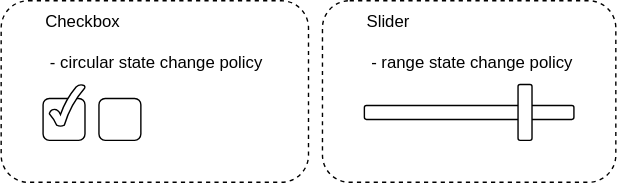
This is doc/ui/state_control.svg from vitalii-samoilenko/voicemeeter-deskband, a draw.io export, as it was before one commit. Source tidied: cells renumbered, new cells last; positions are measured from the earlier drawing's top-left corner, leaving out a move shared by most shapes. The source it was exported from:
```xml
<mxGraphModel>
  <root>
    <mxCell id="0" />
    <mxCell id="1" parent="0" />
    <mxCell id="2" style="rounded=1;whiteSpace=wrap;html=1;fillColor=none;dashed=1;" parent="1" vertex="1">
      <mxGeometry x="230" width="210" height="130" as="geometry" />
    </mxCell>
    <mxCell id="3" style="rounded=1;whiteSpace=wrap;html=1;fillColor=none;dashed=1;" parent="1" vertex="1">
      <mxGeometry width="220" height="130" as="geometry" />
    </mxCell>
    <mxCell id="4" style="rounded=1;whiteSpace=wrap;html=1;" parent="1" vertex="1">
      <mxGeometry x="70" y="70" width="30" height="30" as="geometry" />
    </mxCell>
    <mxCell id="5" value="Checkbox" style="text;html=1;align=left;verticalAlign=middle;whiteSpace=wrap;rounded=0;" parent="1" vertex="1">
      <mxGeometry x="30" width="160" height="30" as="geometry" />
    </mxCell>
    <mxCell id="6" value="&amp;nbsp;- circular state change policy" style="text;html=1;align=left;verticalAlign=middle;whiteSpace=wrap;rounded=0;" parent="1" vertex="1">
      <mxGeometry x="30" y="30" width="160" height="30" as="geometry" />
    </mxCell>
    <mxCell id="7" style="rounded=1;whiteSpace=wrap;html=1;" parent="1" vertex="1">
      <mxGeometry x="30" y="70" width="30" height="30" as="geometry" />
    </mxCell>
    <mxCell id="8" style="verticalLabelPosition=bottom;verticalAlign=top;html=1;shape=mxgraph.basic.tick;" parent="1" vertex="1">
      <mxGeometry x="34.5" y="60" width="25.5" height="30" as="geometry" />
    </mxCell>
    <mxCell id="9" value="Slider" style="text;html=1;align=left;verticalAlign=middle;whiteSpace=wrap;rounded=0;" parent="1" vertex="1">
      <mxGeometry x="260" width="150" height="30" as="geometry" />
    </mxCell>
    <mxCell id="10" value="&amp;nbsp;- range state change policy" style="text;html=1;align=left;verticalAlign=middle;whiteSpace=wrap;rounded=0;" parent="1" vertex="1">
      <mxGeometry x="260" y="30" width="150" height="30" as="geometry" />
    </mxCell>
    <mxCell id="11" style="rounded=1;whiteSpace=wrap;html=1;" parent="1" vertex="1">
      <mxGeometry x="260" y="75" width="150" height="10" as="geometry" />
    </mxCell>
    <mxCell id="12" style="rounded=1;whiteSpace=wrap;html=1;" parent="1" vertex="1">
      <mxGeometry x="370" y="60" width="10" height="40" as="geometry" />
    </mxCell>
  </root>
</mxGraphModel>
```
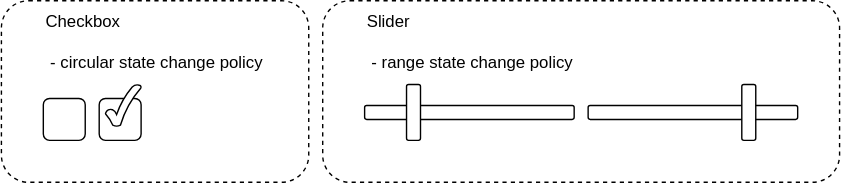
The same diagram one commit later.

Change to the diagram source:
```diff
@@ -3,7 +3,7 @@
     <mxCell id="0" />
     <mxCell id="1" parent="0" />
     <mxCell id="2" style="rounded=1;whiteSpace=wrap;html=1;fillColor=none;dashed=1;" parent="1" vertex="1">
-      <mxGeometry x="230" width="210" height="130" as="geometry" />
+      <mxGeometry x="230" width="370" height="130" as="geometry" />
     </mxCell>
     <mxCell id="3" style="rounded=1;whiteSpace=wrap;html=1;fillColor=none;dashed=1;" parent="1" vertex="1">
       <mxGeometry width="220" height="130" as="geometry" />
@@ -21,10 +21,10 @@
       <mxGeometry x="30" y="70" width="30" height="30" as="geometry" />
     </mxCell>
     <mxCell id="8" style="verticalLabelPosition=bottom;verticalAlign=top;html=1;shape=mxgraph.basic.tick;" parent="1" vertex="1">
-      <mxGeometry x="34.5" y="60" width="25.5" height="30" as="geometry" />
+      <mxGeometry x="74.5" y="60" width="25.5" height="30" as="geometry" />
     </mxCell>
     <mxCell id="9" value="Slider" style="text;html=1;align=left;verticalAlign=middle;whiteSpace=wrap;rounded=0;" parent="1" vertex="1">
-      <mxGeometry x="260" width="150" height="30" as="geometry" />
+      <mxGeometry x="260" width="310" height="30" as="geometry" />
     </mxCell>
     <mxCell id="10" value="&amp;nbsp;- range state change policy" style="text;html=1;align=left;verticalAlign=middle;whiteSpace=wrap;rounded=0;" parent="1" vertex="1">
       <mxGeometry x="260" y="30" width="150" height="30" as="geometry" />
@@ -33,7 +33,13 @@
       <mxGeometry x="260" y="75" width="150" height="10" as="geometry" />
     </mxCell>
     <mxCell id="12" style="rounded=1;whiteSpace=wrap;html=1;" parent="1" vertex="1">
-      <mxGeometry x="370" y="60" width="10" height="40" as="geometry" />
+      <mxGeometry x="290" y="60" width="10" height="40" as="geometry" />
     </mxCell>
+    <mxCell id="13" style="rounded=1;whiteSpace=wrap;html=1;" parent="1" vertex="1">
+      <mxGeometry x="420" y="75" width="150" height="10" as="geometry" />
+    </mxCell>
+    <mxCell id="14" style="rounded=1;whiteSpace=wrap;html=1;" parent="1" vertex="1">
+      <mxGeometry x="530" y="60" width="10" height="40" as="geometry" />
+    </mxCell>
   </root>
 </mxGraphModel>
```
